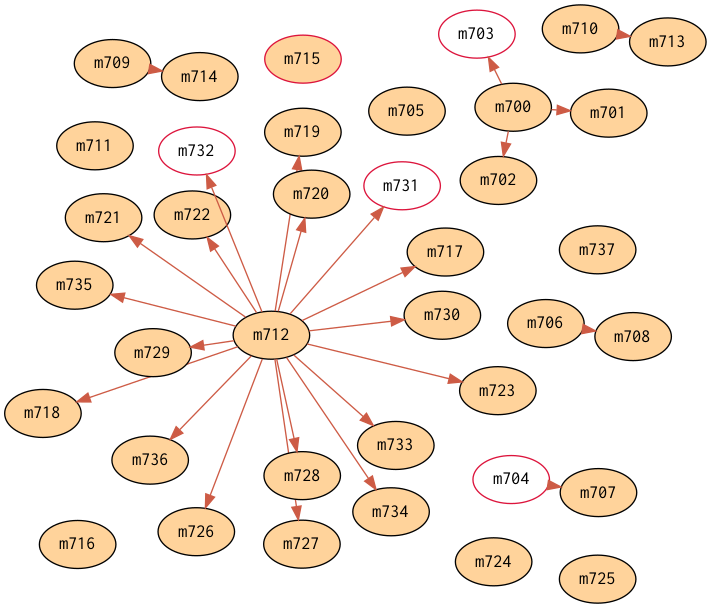
The Graphviz diagram report/matsue/infections.png in spiegel-im-spiegel/covid-2019-report, before a commit. Its source is kept beside it as report/matsue/infections.dot.
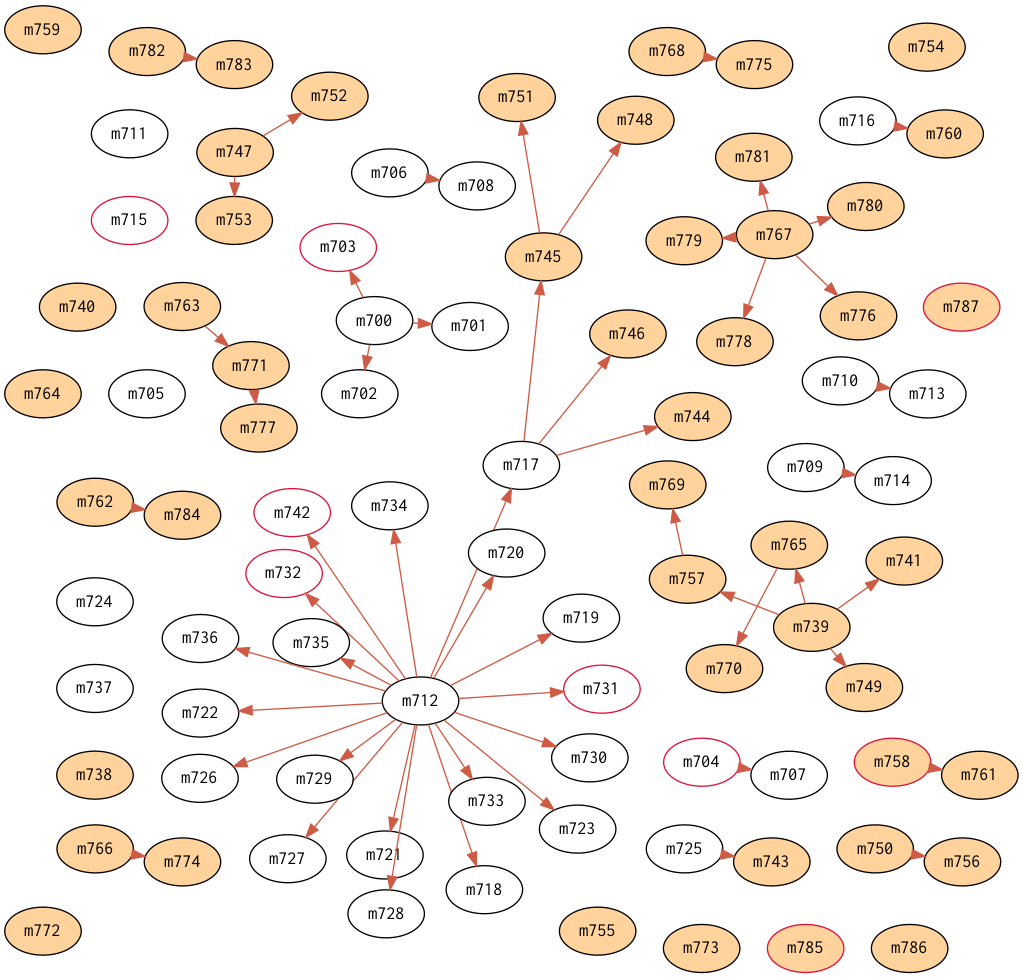
The same diagram one commit later.

The edit, as a diff of the source:
```diff
@@ -13,44 +13,94 @@
 	edge [
 		color = coral3
 	];
-	m700[fillcolor=burlywood1];
-	m701[fillcolor=burlywood1];
-	m702[fillcolor=burlywood1];
+	m700;
+	m701;
+	m702;
 	m703[color=crimson];
 	m704[color=crimson];
-	m705[fillcolor=burlywood1];
-	m706[fillcolor=burlywood1];
-	m707[fillcolor=burlywood1];
-	m708[fillcolor=burlywood1];
-	m709[fillcolor=burlywood1];
-	m710[fillcolor=burlywood1];
-	m711[fillcolor=burlywood1];
-	m712[fillcolor=burlywood1];
-	m713[fillcolor=burlywood1];
-	m714[fillcolor=burlywood1];
-	m715[color=crimson,fillcolor=burlywood1];
-	m716[fillcolor=burlywood1];
-	m717[fillcolor=burlywood1];
-	m718[fillcolor=burlywood1];
-	m719[fillcolor=burlywood1];
-	m720[fillcolor=burlywood1];
-	m721[fillcolor=burlywood1];
-	m722[fillcolor=burlywood1];
-	m723[fillcolor=burlywood1];
-	m724[fillcolor=burlywood1];
-	m725[fillcolor=burlywood1];
-	m726[fillcolor=burlywood1];
-	m727[fillcolor=burlywood1];
-	m728[fillcolor=burlywood1];
-	m729[fillcolor=burlywood1];
-	m730[fillcolor=burlywood1];
+	m705;
+	m706;
+	m707;
+	m708;
+	m709;
+	m710;
+	m711;
+	m712;
+	m713;
+	m714;
+	m715[color=crimson];
+	m716;
+	m717;
+	m718;
+	m719;
+	m720;
+	m721;
+	m722;
+	m723;
+	m724;
+	m725;
+	m726;
+	m727;
+	m728;
+	m729;
+	m730;
 	m731[color=crimson];
 	m732[color=crimson];
-	m733[fillcolor=burlywood1];
-	m734[fillcolor=burlywood1];
-	m735[fillcolor=burlywood1];
-	m736[fillcolor=burlywood1];
-	m737[fillcolor=burlywood1];
+	m733;
+	m734;
+	m735;
+	m736;
+	m737;
+	m738[fillcolor=burlywood1];
+	m739[fillcolor=burlywood1];
+	m740[fillcolor=burlywood1];
+	m741[fillcolor=burlywood1];
+	m742[color=crimson];
+	m743[fillcolor=burlywood1];
+	m744[fillcolor=burlywood1];
+	m745[fillcolor=burlywood1];
+	m746[fillcolor=burlywood1];
+	m747[fillcolor=burlywood1];
+	m748[fillcolor=burlywood1];
+	m749[fillcolor=burlywood1];
+	m750[fillcolor=burlywood1];
+	m751[fillcolor=burlywood1];
+	m752[fillcolor=burlywood1];
+	m753[fillcolor=burlywood1];
+	m754[fillcolor=burlywood1];
+	m755[fillcolor=burlywood1];
+	m756[fillcolor=burlywood1];
+	m757[fillcolor=burlywood1];
+	m758[color=crimson,fillcolor=burlywood1];
+	m759[fillcolor=burlywood1];
+	m760[fillcolor=burlywood1];
+	m761[fillcolor=burlywood1];
+	m762[fillcolor=burlywood1];
+	m763[fillcolor=burlywood1];
+	m764[fillcolor=burlywood1];
+	m765[fillcolor=burlywood1];
+	m766[fillcolor=burlywood1];
+	m767[fillcolor=burlywood1];
+	m768[fillcolor=burlywood1];
+	m769[fillcolor=burlywood1];
+	m770[fillcolor=burlywood1];
+	m771[fillcolor=burlywood1];
+	m772[fillcolor=burlywood1];
+	m773[fillcolor=burlywood1];
+	m774[fillcolor=burlywood1];
+	m775[fillcolor=burlywood1];
+	m776[fillcolor=burlywood1];
+	m777[fillcolor=burlywood1];
+	m778[fillcolor=burlywood1];
+	m779[fillcolor=burlywood1];
+	m780[fillcolor=burlywood1];
+	m781[fillcolor=burlywood1];
+	m782[fillcolor=burlywood1];
+	m783[fillcolor=burlywood1];
+	m784[fillcolor=burlywood1];
+	m785[color=crimson,fillcolor=burlywood1];
+	m786[fillcolor=burlywood1];
+	m787[color=crimson,fillcolor=burlywood1];
 	m700->m701;
 	m700->m702;
 	m700->m703;
@@ -76,4 +126,33 @@
 	m712->m734;
 	m712->m735;
 	m712->m736;
+	m739->m741;
+	m712->m742;
+	m725->m743;
+	m717->m744;
+	m717->m745;
+	m717->m746;
+	m745->m748;
+	m739->m749;
+	m745->m751;
+	m747->m752;
+	m747->m753;
+	m750->m756;
+	m739->m757;
+	m716->m760;
+	m758->m761;
+	m739->m765;
+	m757->m769;
+	m765->m770;
+	m763->m771;
+	m766->m774;
+	m768->m775;
+	m767->m776;
+	m771->m777;
+	m767->m778;
+	m767->m779;
+	m767->m780;
+	m767->m781;
+	m782->m783;
+	m762->m784;
 }
```
